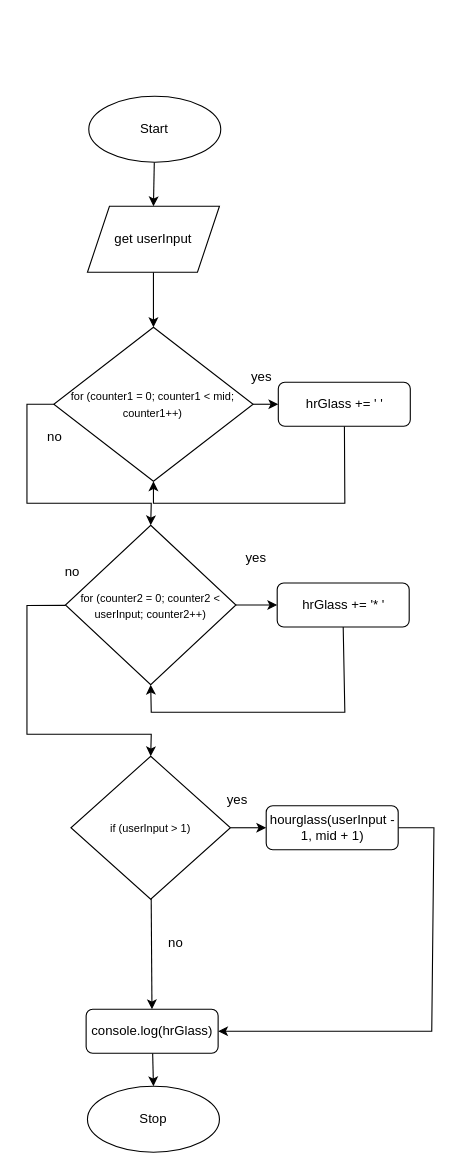
The draw.io diagram Drawio/Flowchart.drawio in JacksonNaufal/ics4u-assignment-4-typescript, before the edit. Source tidied: cells renumbered, new cells numbered last; positions are measured from the earlier drawing's top-left corner, leaving out a move shared by most shapes. Both pictures are drawn from the tidied source at 110%, with x=0, y=0 at pixel (26, 96).
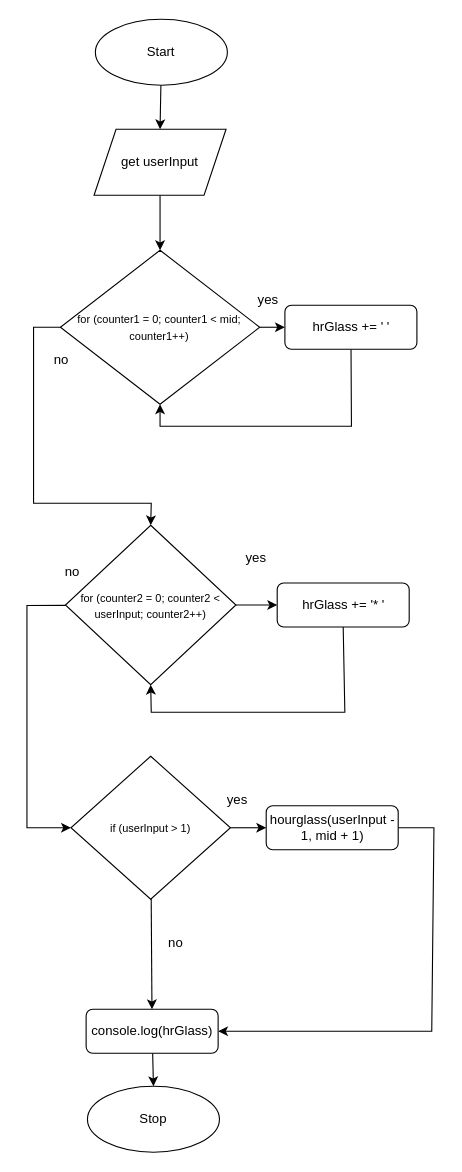
Above is the later version.

Unchanged cells that the change refers to:
```xml
<mxCell id="10" value="&lt;span style=&quot;font-size: 10px&quot;&gt;for (counter2 = 0; counter2 &amp;lt; userInput; counter2++)&lt;/span&gt;" style="rhombus;whiteSpace=wrap;html=1;" parent="1" vertex="1">
  <mxGeometry x="35" y="390" width="155" height="145" as="geometry" />
</mxCell>
<mxCell id="13" value="&lt;span style=&quot;font-size: 10px&quot;&gt;if (userInput &amp;gt; 1)&lt;/span&gt;" style="rhombus;whiteSpace=wrap;html=1;" parent="1" vertex="1">
  <mxGeometry x="40" y="600" width="145" height="130" as="geometry" />
</mxCell>
```

Change to the diagram source:
```diff
@@
     <mxCell id="3" value="Start" style="ellipse;whiteSpace=wrap;html=1;" parent="1" vertex="1">
-      <mxGeometry x="56.2" width="120" height="60" as="geometry" />
+      <mxGeometry x="62.2" y="-70" width="120" height="60" as="geometry" />
     </mxCell>
@@
     <mxCell id="5" style="edgeStyle=none;html=1;exitX=0;exitY=0.5;exitDx=0;exitDy=0;entryX=0.5;entryY=0;entryDx=0;entryDy=0;rounded=0;" parent="1" edge="1" source="7" target="10">
       <mxGeometry relative="1" as="geometry">
         <Array as="points">
-          <mxPoint y="280" />
-          <mxPoint y="370" />
+          <mxPoint x="6" y="210" />
+          <mxPoint x="6" y="300" />
+          <mxPoint x="6" y="370" />
           <mxPoint x="113" y="370" />
         </Array>
       </mxGeometry>
     </mxCell>
@@
     <mxCell id="7" value="&lt;font style=&quot;font-size: 10px&quot;&gt;for (counter1 = 0; counter1 &amp;lt; mid; counter1++)&lt;/font&gt;" style="rhombus;whiteSpace=wrap;html=1;" parent="1" vertex="1">
-      <mxGeometry x="24.4" y="210" width="181.2" height="140" as="geometry" />
+      <mxGeometry x="30.4" y="140" width="181.2" height="140" as="geometry" />
     </mxCell>
@@
-    <mxCell id="9" style="edgeStyle=none;rounded=0;html=1;entryX=0.5;entryY=0;entryDx=0;entryDy=0;endArrow=classic;endFill=1;" parent="1" edge="1" source="10" target="13">
+    <mxCell id="9" style="edgeStyle=none;rounded=0;html=1;entryX=0;entryY=0.5;entryDx=0;entryDy=0;endArrow=classic;endFill=1;" parent="1" edge="1" source="10" target="13">
       <mxGeometry relative="1" as="geometry">
         <Array as="points">
           <mxPoint y="463" />
           <mxPoint y="580" />
-          <mxPoint x="60" y="580" />
-          <mxPoint x="113" y="580" />
+          <mxPoint y="665" />
+          <mxPoint x="16" y="665" />
         </Array>
       </mxGeometry>
     </mxCell>
@@
     <mxCell id="14" value="no" style="text;html=1;align=center;verticalAlign=middle;strokeColor=none;fillColor=none;" parent="1" vertex="1">
-      <mxGeometry x="10" y="300" width="30" height="20" as="geometry" />
+      <mxGeometry x="16" y="230" width="30" height="20" as="geometry" />
     </mxCell>
@@
     <mxCell id="17" value="yes" style="text;html=1;align=center;verticalAlign=middle;strokeColor=none;fillColor=none;" parent="1" vertex="1">
-      <mxGeometry x="197.5" y="245" width="30" height="20" as="geometry" />
+      <mxGeometry x="203.5" y="175" width="30" height="20" as="geometry" />
     </mxCell>
@@
     <mxCell id="19" style="edgeStyle=none;rounded=0;html=1;entryX=0.5;entryY=1;entryDx=0;entryDy=0;" parent="1" edge="1" source="20" target="7">
       <mxGeometry relative="1" as="geometry">
         <Array as="points">
-          <mxPoint x="289" y="370" />
-          <mxPoint x="115" y="370" />
+          <mxPoint x="295" y="300" />
+          <mxPoint x="121" y="300" />
         </Array>
       </mxGeometry>
     </mxCell>
     <mxCell id="20" value="hrGlass += ' '" style="rounded=1;whiteSpace=wrap;html=1;" parent="1" vertex="1">
-      <mxGeometry x="228.5" y="260" width="120" height="40" as="geometry" />
+      <mxGeometry x="234.5" y="190" width="120" height="40" as="geometry" />
     </mxCell>
@@
     <mxCell id="28" value="get userInput" style="shape=parallelogram;perimeter=parallelogramPerimeter;whiteSpace=wrap;html=1;fixedSize=1;" parent="1" vertex="1">
-      <mxGeometry x="55" y="100" width="120" height="60" as="geometry" />
+      <mxGeometry x="61" y="30" width="120" height="60" as="geometry" />
     </mxCell>
```
